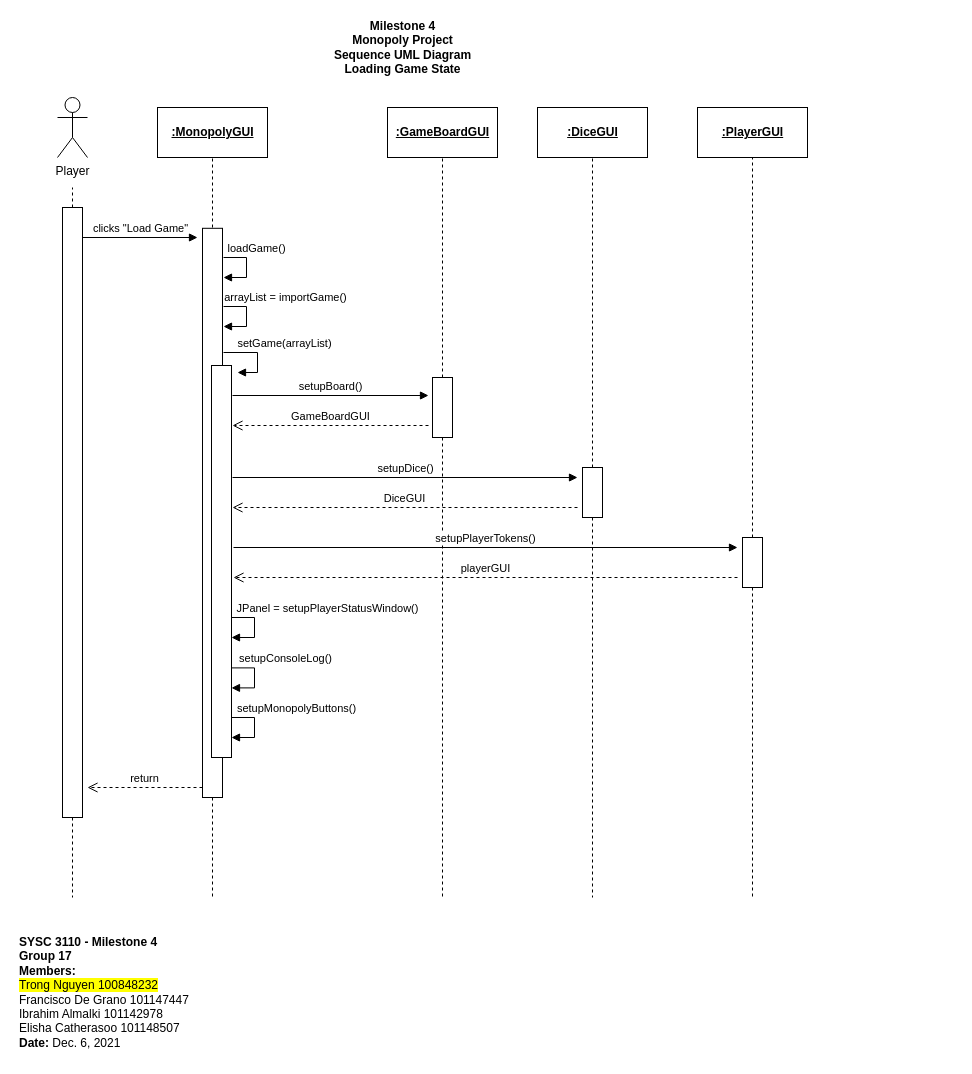
The draw.io diagram page "SequenceUML_4" (5 of 5) of M4_ClassUML.drawio in trong0dn/monopoly, before the edit. Source tidied: cells renumbered, new cells numbered last; positions are measured from the earlier drawing's top-left corner, leaving out a move shared by most shapes. Both pictures are drawn from the tidied source at 100%, with x=0, y=0 at pixel (17, 17).
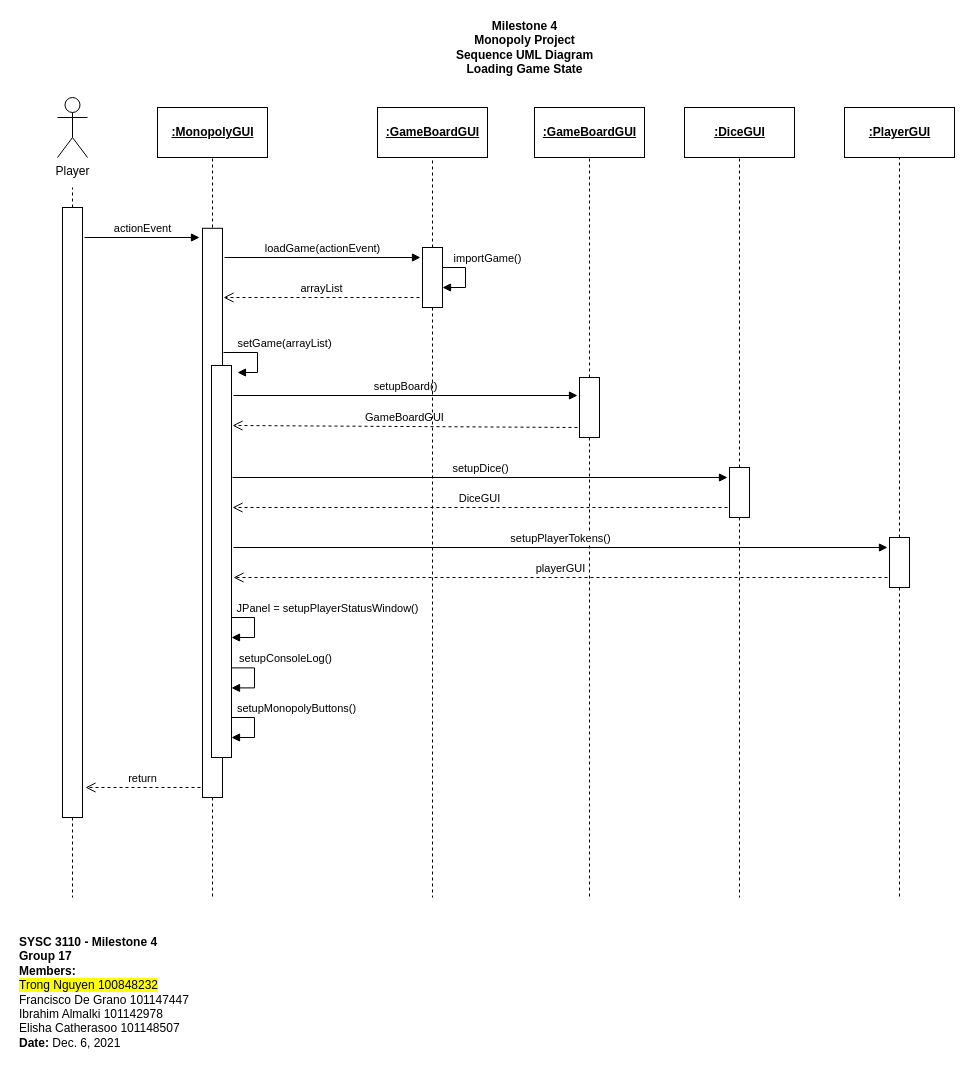
The same page after the edit.

What changed in the source:
```diff
@@
     <mxCell id="2" value="&lt;b&gt;Milestone 4&lt;/b&gt;&lt;br&gt;&lt;b&gt;Monopoly Project&lt;/b&gt;&lt;br&gt;&lt;b&gt;Sequence UML Diagram&lt;/b&gt;&lt;br&gt;&lt;b&gt;Loading Game State&lt;/b&gt;" style="text;html=1;align=center;verticalAlign=middle;strokeColor=none;fillColor=none;" parent="1" vertex="1">
-      <mxGeometry x="310" width="150" height="60" as="geometry" />
+      <mxGeometry x="432" width="150" height="60" as="geometry" />
     </mxCell>
@@
-    <mxCell id="8" value="clicks &quot;Load Game&quot;" style="html=1;verticalAlign=bottom;endArrow=block;rounded=0;" parent="1" edge="1">
+    <mxCell id="8" value="actionEvent" style="html=1;verticalAlign=bottom;endArrow=block;rounded=0;" parent="1" edge="1">
       <mxGeometry relative="1" as="geometry">
-        <mxPoint x="65" y="220" as="sourcePoint" />
-        <mxPoint x="180" y="220" as="targetPoint" />
+        <mxPoint x="67" y="220" as="sourcePoint" />
+        <mxPoint x="182" y="220" as="targetPoint" />
       </mxGeometry>
     </mxCell>
@@
-    <mxCell id="12" value="loadGame()" style="html=1;verticalAlign=bottom;endArrow=block;rounded=0;" parent="1" edge="1">
-      <mxGeometry x="-0.3" y="10" relative="1" as="geometry">
-        <mxPoint x="206" y="240" as="sourcePoint" />
-        <mxPoint x="206" y="260" as="targetPoint" />
-        <Array as="points">
-          <mxPoint x="229" y="240" />
-          <mxPoint x="229" y="260" />
-        </Array>
-      </mxGeometry>
-    </mxCell>
-    <mxCell id="13" value="arrayList = importGame()" style="html=1;verticalAlign=bottom;endArrow=block;rounded=0;" parent="1" edge="1">
-      <mxGeometry x="-0.3" y="39" relative="1" as="geometry">
-        <mxPoint x="206" y="289" as="sourcePoint" />
-        <mxPoint x="206" y="309" as="targetPoint" />
-        <Array as="points">
-          <mxPoint x="229" y="289" />
-          <mxPoint x="229" y="309" />
-        </Array>
-      </mxGeometry>
-    </mxCell>
@@
     <mxCell id="20" value="return" style="html=1;verticalAlign=bottom;endArrow=open;dashed=1;endSize=8;rounded=0;" parent="1" edge="1">
       <mxGeometry relative="1" as="geometry">
-        <mxPoint x="185" y="770" as="sourcePoint" />
-        <mxPoint x="70" y="770" as="targetPoint" />
+        <mxPoint x="183" y="770" as="sourcePoint" />
+        <mxPoint x="68" y="770" as="targetPoint" />
       </mxGeometry>
     </mxCell>
     <mxCell id="21" style="rounded=0;whiteSpace=wrap;html=1;align=left;" parent="1" vertex="1">
-      <mxGeometry x="415" y="360" width="20" height="60" as="geometry" />
+      <mxGeometry x="562" y="360" width="20" height="60" as="geometry" />
     </mxCell>
     <mxCell id="22" value="&lt;b&gt;&lt;u&gt;:GameBoardGUI&lt;/u&gt;&lt;/b&gt;" style="html=1;align=center;" parent="1" vertex="1">
-      <mxGeometry x="370" y="90" width="110" height="50" as="geometry" />
+      <mxGeometry x="517" y="90" width="110" height="50" as="geometry" />
     </mxCell>
@@
     <mxCell id="24" style="endArrow=none;dashed=1;html=1;rounded=0;" parent="1" edge="1" source="21">
       <mxGeometry relative="1" as="geometry">
-        <mxPoint x="425" y="880" as="targetPoint" />
+        <mxPoint x="572" y="880" as="targetPoint" />
       </mxGeometry>
     </mxCell>
     <mxCell id="25" style="rounded=0;whiteSpace=wrap;html=1;align=left;" parent="1" vertex="1">
-      <mxGeometry x="565" y="450" width="20" height="50" as="geometry" />
+      <mxGeometry x="712" y="450" width="20" height="50" as="geometry" />
     </mxCell>
     <mxCell id="26" value="&lt;b&gt;&lt;u&gt;:DiceGUI&lt;/u&gt;&lt;/b&gt;" style="html=1;align=center;" parent="1" vertex="1">
-      <mxGeometry x="520" y="90" width="110" height="50" as="geometry" />
+      <mxGeometry x="667" y="90" width="110" height="50" as="geometry" />
     </mxCell>
@@
     <mxCell id="28" style="endArrow=none;dashed=1;html=1;rounded=0;" parent="1" edge="1" source="25">
       <mxGeometry relative="1" as="geometry">
-        <mxPoint x="575" y="880" as="targetPoint" />
+        <mxPoint x="722" y="880" as="targetPoint" />
       </mxGeometry>
     </mxCell>
     <mxCell id="29" value="setupBoard()" style="html=1;verticalAlign=bottom;endArrow=block;rounded=0;" parent="1" edge="1">
       <mxGeometry relative="1" as="geometry">
-        <mxPoint x="215" y="378" as="sourcePoint" />
-        <mxPoint x="411" y="378" as="targetPoint" />
+        <mxPoint x="216" y="378" as="sourcePoint" />
+        <mxPoint x="560" y="378" as="targetPoint" />
       </mxGeometry>
     </mxCell>
     <mxCell id="30" value="GameBoardGUI" style="html=1;verticalAlign=bottom;endArrow=open;dashed=1;endSize=8;rounded=0;" parent="1" edge="1">
       <mxGeometry relative="1" as="geometry">
-        <mxPoint x="411" y="408" as="sourcePoint" />
+        <mxPoint x="560" y="410" as="sourcePoint" />
         <mxPoint x="215" y="408" as="targetPoint" />
       </mxGeometry>
     </mxCell>
     <mxCell id="31" style="rounded=0;whiteSpace=wrap;html=1;align=left;" parent="1" vertex="1">
-      <mxGeometry x="725" y="520" width="20" height="50" as="geometry" />
+      <mxGeometry x="872" y="520" width="20" height="50" as="geometry" />
     </mxCell>
     <mxCell id="32" value="&lt;b&gt;&lt;u&gt;:PlayerGUI&lt;/u&gt;&lt;/b&gt;" style="html=1;align=center;" parent="1" vertex="1">
-      <mxGeometry x="680" y="90" width="110" height="50" as="geometry" />
+      <mxGeometry x="827" y="90" width="110" height="50" as="geometry" />
     </mxCell>
@@
     <mxCell id="34" style="endArrow=none;dashed=1;html=1;rounded=0;" parent="1" edge="1" source="31">
       <mxGeometry relative="1" as="geometry">
-        <mxPoint x="735" y="880" as="targetPoint" />
+        <mxPoint x="882" y="880" as="targetPoint" />
       </mxGeometry>
     </mxCell>
     <mxCell id="35" value="setupDice()" style="html=1;verticalAlign=bottom;endArrow=block;rounded=0;" parent="1" edge="1">
       <mxGeometry relative="1" as="geometry">
         <mxPoint x="215" y="460" as="sourcePoint" />
-        <mxPoint x="560" y="460" as="targetPoint" />
+        <mxPoint x="710" y="460" as="targetPoint" />
       </mxGeometry>
     </mxCell>
     <mxCell id="36" value="DiceGUI" style="html=1;verticalAlign=bottom;endArrow=open;dashed=1;endSize=8;rounded=0;" parent="1" edge="1">
       <mxGeometry relative="1" as="geometry">
-        <mxPoint x="560" y="490" as="sourcePoint" />
+        <mxPoint x="710" y="490" as="sourcePoint" />
         <mxPoint x="215" y="490" as="targetPoint" />
       </mxGeometry>
     </mxCell>
     <mxCell id="37" value="setupPlayerTokens()" style="html=1;verticalAlign=bottom;endArrow=block;rounded=0;" parent="1" edge="1">
       <mxGeometry relative="1" as="geometry">
         <mxPoint x="216" y="530" as="sourcePoint" />
-        <mxPoint x="720" y="530" as="targetPoint" />
+        <mxPoint x="870" y="530" as="targetPoint" />
       </mxGeometry>
     </mxCell>
     <mxCell id="38" value="playerGUI" style="html=1;verticalAlign=bottom;endArrow=open;dashed=1;endSize=8;rounded=0;" parent="1" edge="1">
       <mxGeometry relative="1" as="geometry">
-        <mxPoint x="720" y="560" as="sourcePoint" />
+        <mxPoint x="870" y="560" as="sourcePoint" />
         <mxPoint x="216" y="560" as="targetPoint" />
       </mxGeometry>
     </mxCell>
+    <mxCell id="39" style="rounded=0;whiteSpace=wrap;html=1;align=left;" parent="1" vertex="1">
+      <mxGeometry x="405" y="230" width="20" height="60" as="geometry" />
+    </mxCell>
+    <mxCell id="40" value="&lt;b&gt;&lt;u&gt;:GameBoardGUI&lt;/u&gt;&lt;/b&gt;" style="html=1;align=center;" parent="1" vertex="1">
+      <mxGeometry x="360" y="90" width="110" height="50" as="geometry" />
+    </mxCell>
+    <mxCell id="41" style="endArrow=none;dashed=1;html=1;rounded=0;" parent="1" edge="1" source="39" target="40">
+      <mxGeometry relative="1" as="geometry" />
+    </mxCell>
+    <mxCell id="42" style="endArrow=none;dashed=1;html=1;rounded=0;" parent="1" edge="1" source="39">
+      <mxGeometry relative="1" as="geometry">
+        <mxPoint x="415" y="880" as="targetPoint" />
+      </mxGeometry>
+    </mxCell>
+    <mxCell id="43" value="loadGame(actionEvent)" style="html=1;verticalAlign=bottom;endArrow=block;rounded=0;" parent="1" edge="1">
+      <mxGeometry relative="1" as="geometry">
+        <mxPoint x="207" y="240" as="sourcePoint" />
+        <mxPoint x="403" y="240" as="targetPoint" />
+      </mxGeometry>
+    </mxCell>
+    <mxCell id="44" value="arrayList" style="html=1;verticalAlign=bottom;endArrow=open;dashed=1;endSize=8;rounded=0;" parent="1" edge="1">
+      <mxGeometry relative="1" as="geometry">
+        <mxPoint x="402" y="280" as="sourcePoint" />
+        <mxPoint x="206" y="280" as="targetPoint" />
+      </mxGeometry>
+    </mxCell>
+    <mxCell id="45" value="importGame()" style="html=1;verticalAlign=bottom;endArrow=block;rounded=0;" parent="1" edge="1">
+      <mxGeometry x="-0.3" y="22" relative="1" as="geometry">
+        <mxPoint x="425" y="250" as="sourcePoint" />
+        <mxPoint x="425" y="270" as="targetPoint" />
+        <Array as="points">
+          <mxPoint x="448" y="250" />
+          <mxPoint x="448" y="270" />
+        </Array>
+      </mxGeometry>
+    </mxCell>
```
